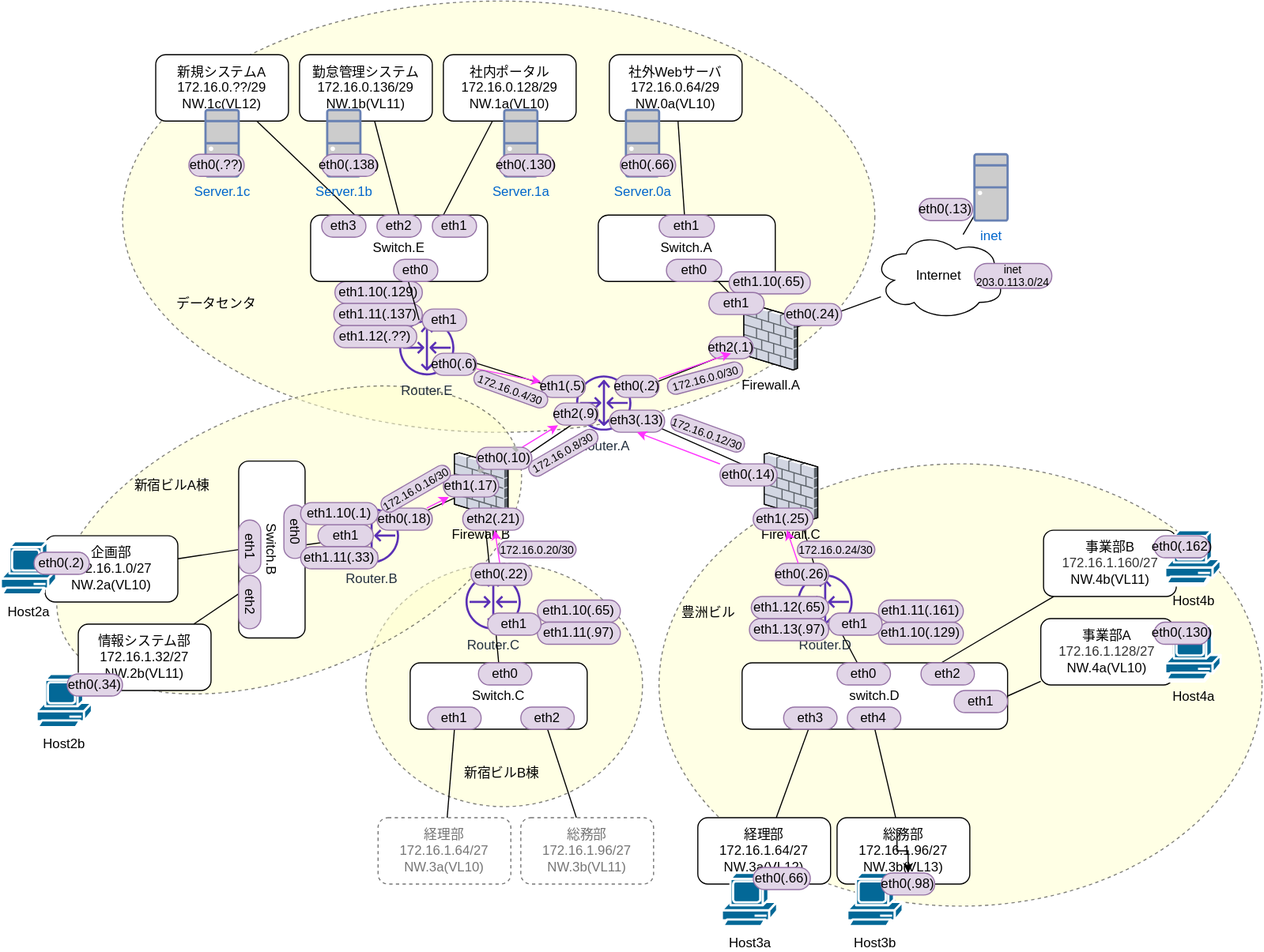
This is exercise_docs/app1/topology_b.drawio.svg from infra-handson/network-training, a draw.io export, as it was before one commit. Source tidied: cells renumbered, new cells last; positions are measured from the earlier drawing's top-left corner, leaving out a move shared by most shapes.
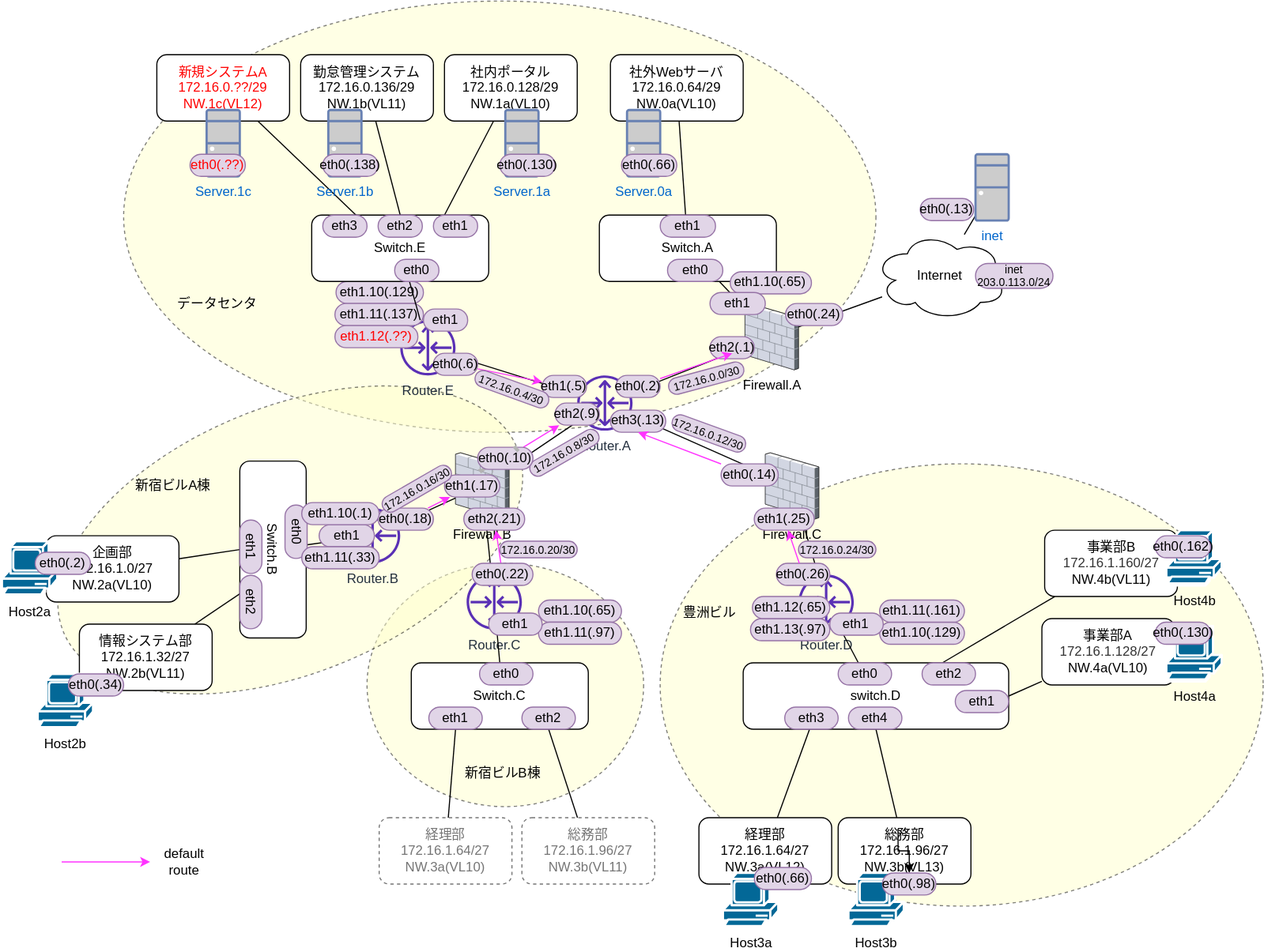
After the commit.

Change to the diagram source:
```diff
@@ -152,7 +152,7 @@
     <mxCell id="51" value="社内ポータル&lt;br&gt;172.16.0.128/29&lt;br&gt;NW.1a(VL10)" style="rounded=1;whiteSpace=wrap;html=1;" parent="1" vertex="1">
       <mxGeometry x="400" y="49" width="120" height="60" as="geometry" />
     </mxCell>
-    <mxCell id="52" value="新規システムA&lt;br&gt;172.16.0.??/29&lt;br&gt;NW.1c(VL12)" style="rounded=1;whiteSpace=wrap;html=1;" parent="1" vertex="1">
+    <mxCell id="52" value="新規システムA&lt;br&gt;172.16.0.??/29&lt;br&gt;NW.1c(VL12)" style="rounded=1;whiteSpace=wrap;html=1;fontColor=#FF0000;" parent="1" vertex="1">
       <mxGeometry x="140" y="49" width="120" height="60" as="geometry" />
     </mxCell>
     <mxCell id="53" style="shape=flexArrow;endArrow=classic;html=1;strokeColor=none;fillColor=#B3B3B3;width=5.8604651162790695;endSize=4.156279069767442;endWidth=8.376419686316929;startArrow=none;" parent="1" edge="1" source="100">
@@ -220,7 +220,7 @@
     <mxCell id="73" value="eth1.11(.137)" style="rounded=1;whiteSpace=wrap;html=1;fillColor=#e1d5e7;strokeColor=#9673a6;arcSize=50;" parent="1" vertex="1">
       <mxGeometry x="301" y="274" width="80" height="20" as="geometry" />
     </mxCell>
-    <mxCell id="74" value="eth1.12(.??)" style="rounded=1;whiteSpace=wrap;html=1;fillColor=#e1d5e7;strokeColor=#9673a6;arcSize=50;" parent="1" vertex="1">
+    <mxCell id="74" value="eth1.12(.??)" style="rounded=1;whiteSpace=wrap;html=1;fillColor=#e1d5e7;strokeColor=#9673a6;arcSize=50;fontColor=#FF0000;" parent="1" vertex="1">
       <mxGeometry x="301" y="294" width="75" height="20" as="geometry" />
     </mxCell>
     <mxCell id="75" value="Host3a" style="shape=mxgraph.cisco.computers_and_peripherals.pc;html=1;dashed=0;fillColor=#036897;strokeColor=#ffffff;strokeWidth=2;verticalLabelPosition=bottom;verticalAlign=top;align=center;" parent="1" vertex="1">
@@ -436,7 +436,7 @@
     <mxCell id="143" value="Server.1c" style="fontColor=#0066CC;verticalAlign=top;verticalLabelPosition=bottom;labelPosition=center;align=center;html=1;fillColor=#CCCCCC;strokeColor=#6881B3;gradientColor=none;gradientDirection=north;strokeWidth=2;shape=mxgraph.networks.desktop_pc;" parent="1" vertex="1">
       <mxGeometry x="185" y="99" width="30" height="60" as="geometry" />
     </mxCell>
-    <mxCell id="144" value="eth0(.??)" style="rounded=1;whiteSpace=wrap;html=1;fillColor=#e1d5e7;strokeColor=#9673a6;arcSize=50;" parent="1" vertex="1">
+    <mxCell id="144" value="eth0(.??)" style="rounded=1;whiteSpace=wrap;html=1;fillColor=#e1d5e7;strokeColor=#9673a6;arcSize=50;fontColor=#FF0000;" parent="1" vertex="1">
       <mxGeometry x="170" y="139" width="50" height="20" as="geometry" />
     </mxCell>
     <mxCell id="145" value="Server.1b" style="fontColor=#0066CC;verticalAlign=top;verticalLabelPosition=bottom;labelPosition=center;align=center;html=1;fillColor=#CCCCCC;strokeColor=#6881B3;gradientColor=none;gradientDirection=north;strokeWidth=2;shape=mxgraph.networks.desktop_pc;" parent="1" vertex="1">
@@ -457,5 +457,14 @@
     <mxCell id="150" value="eth0(.66)" style="rounded=1;whiteSpace=wrap;html=1;fillColor=#e1d5e7;strokeColor=#9673a6;arcSize=50;" parent="1" vertex="1">
       <mxGeometry x="560" y="139" width="50" height="20" as="geometry" />
     </mxCell>
+    <mxCell id="151" style="rounded=0;orthogonalLoop=1;jettySize=auto;html=1;strokeColor=#FF33FF;fontFamily=Courier New;" parent="1" edge="1">
+      <mxGeometry relative="1" as="geometry">
+        <mxPoint x="54" y="779" as="sourcePoint" />
+        <mxPoint x="134" y="779" as="targetPoint" />
+      </mxGeometry>
+    </mxCell>
+    <mxCell id="152" value="default&lt;br&gt;route" style="text;html=1;strokeColor=none;fillColor=none;align=center;verticalAlign=middle;whiteSpace=wrap;rounded=0;" parent="1" vertex="1">
+      <mxGeometry x="145" y="769" width="40" height="20" as="geometry" />
+    </mxCell>
   </root>
 </mxGraphModel>
```
